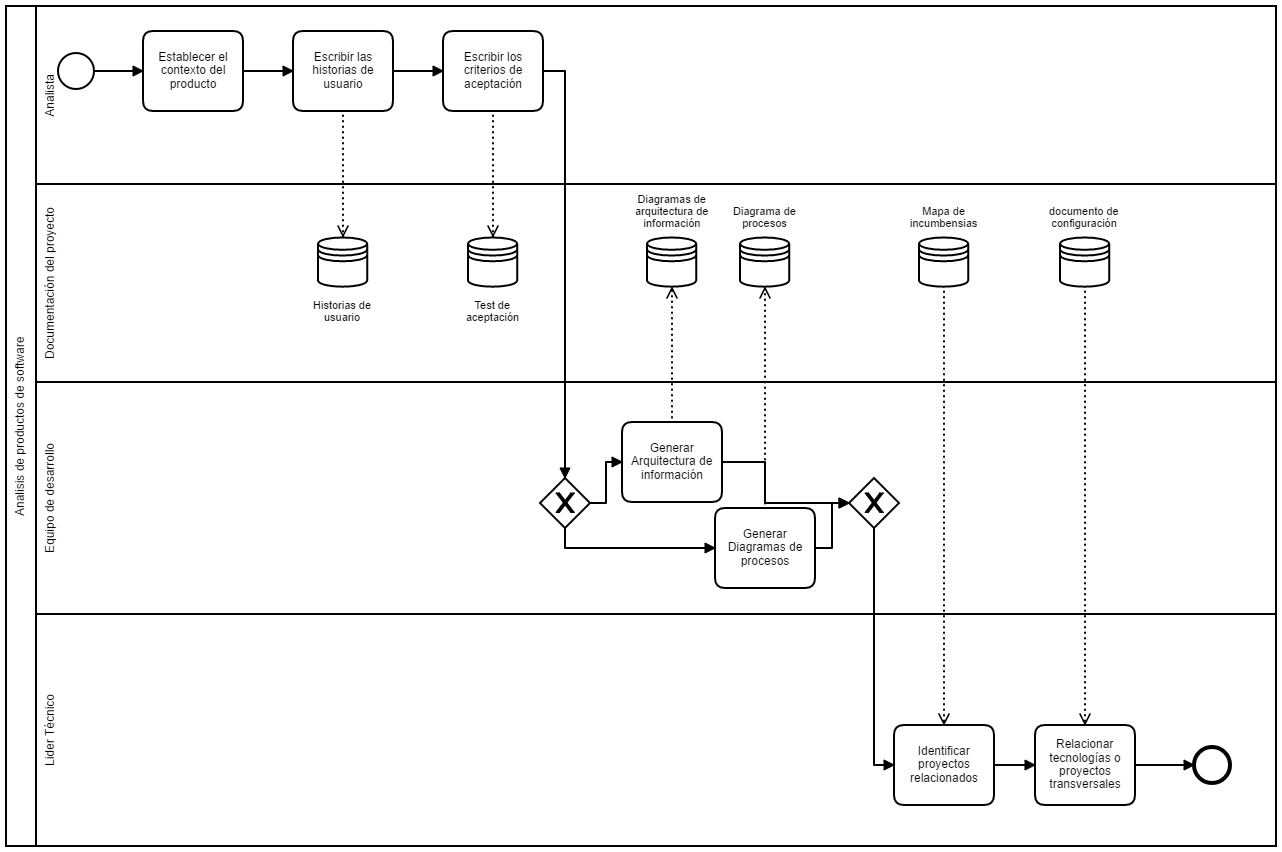
Earlier version of the BPMN export procedimientos/imagenes/analisis.png (udistrital/arquitectura_docs). Its source is kept beside it as procedimientos/imagenes/analisis.bpmn. Ids are renumbered.
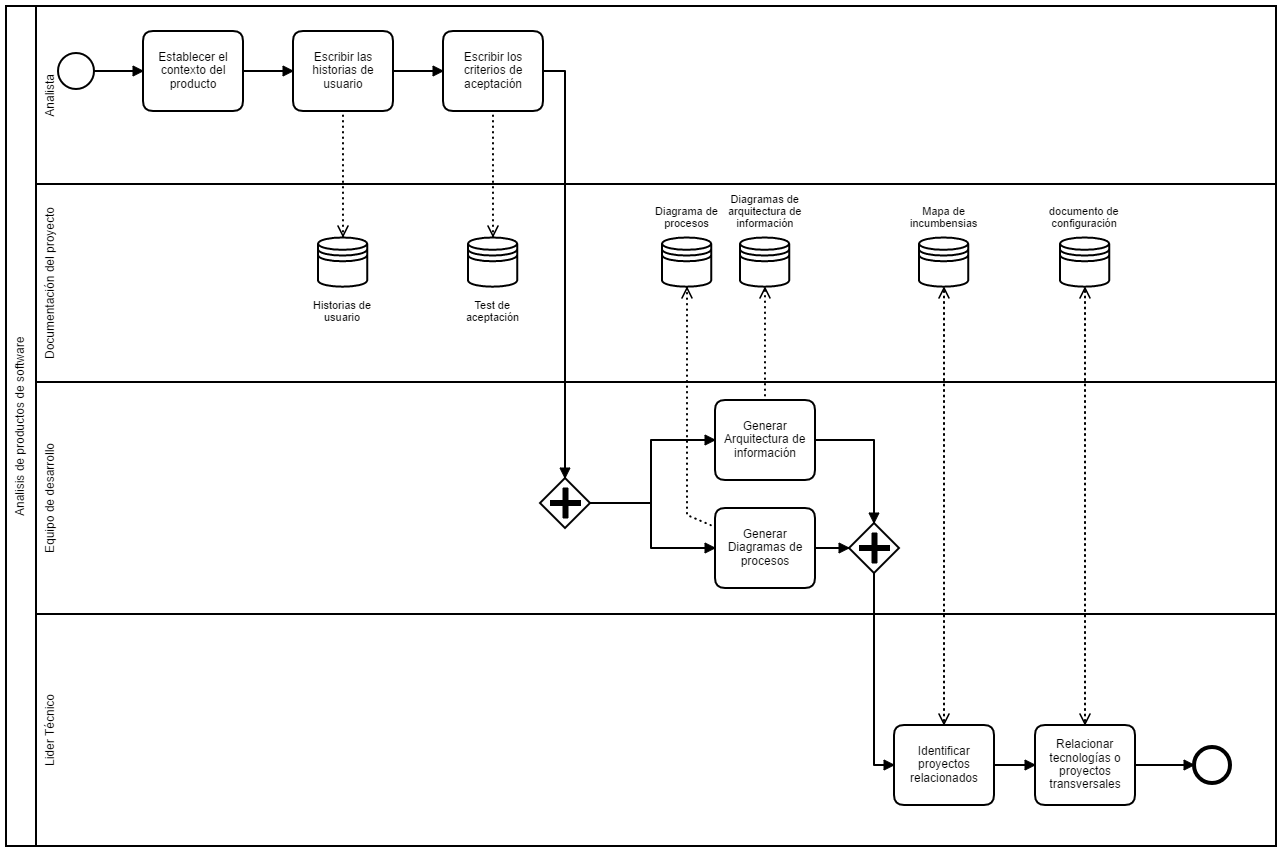
The same file after the commit.

Commit message:
adecuación del proceso de diseño y analisis

What changed in the source:
```diff
@@ -5,10 +5,10 @@
   <bpmn:process id="Process_n4" isExecutable="false">
     <bpmn:laneSet>
       <bpmn:lane id="Lane_n5" name="Equipo de desarrollo">
-        <bpmn:flowNodeRef>ExclusiveGateway_n6</bpmn:flowNodeRef>
-        <bpmn:flowNodeRef>Task_n7</bpmn:flowNodeRef>
         <bpmn:flowNodeRef>Task_n8</bpmn:flowNodeRef>
         <bpmn:flowNodeRef>ExclusiveGateway_n9</bpmn:flowNodeRef>
+        <bpmn:flowNodeRef>Task_n7</bpmn:flowNodeRef>
+        <bpmn:flowNodeRef>ExclusiveGateway_n6</bpmn:flowNodeRef>
       </bpmn:lane>
       <bpmn:lane id="Lane_n10" name="Lider Técnico">
         <bpmn:flowNodeRef>Task_n11</bpmn:flowNodeRef>
@@ -31,6 +31,9 @@
         <bpmn:sourceRef>DataStoreReference_n24</bpmn:sourceRef>
         <bpmn:targetRef>Property_n22</bpmn:targetRef>
       </bpmn:dataInputAssociation>
+      <bpmn:dataOutputAssociation id="DataOutputAssociation_n45">
+        <bpmn:targetRef>DataStoreReference_n24</bpmn:targetRef>
+      </bpmn:dataOutputAssociation>
     </bpmn:task>
     <bpmn:task id="Task_n12" name="Relacionar tecnologías o proyectos transversales">
       <bpmn:incoming>SequenceFlow_n21</bpmn:incoming>
@@ -40,22 +43,13 @@
         <bpmn:sourceRef>DataStoreReference_n28</bpmn:sourceRef>
         <bpmn:targetRef>Property_n26</bpmn:targetRef>
       </bpmn:dataInputAssociation>
+      <bpmn:dataOutputAssociation id="DataOutputAssociation_n46">
+        <bpmn:targetRef>DataStoreReference_n28</bpmn:targetRef>
+      </bpmn:dataOutputAssociation>
     </bpmn:task>
     <bpmn:endEvent id="EndEvent_n13">
       <bpmn:incoming>SequenceFlow_n25</bpmn:incoming>
     </bpmn:endEvent>
-    <bpmn:exclusiveGateway id="ExclusiveGateway_n6">
-      <bpmn:incoming>SequenceFlow_n29</bpmn:incoming>
-      <bpmn:incoming>SequenceFlow_n30</bpmn:incoming>
-      <bpmn:outgoing>SequenceFlow_n20</bpmn:outgoing>
-    </bpmn:exclusiveGateway>
-    <bpmn:task id="Task_n7" name="Generar Arquitectura de información">
-      <bpmn:incoming>SequenceFlow_n31</bpmn:incoming>
-      <bpmn:outgoing>SequenceFlow_n29</bpmn:outgoing>
-      <bpmn:dataOutputAssociation id="DataOutputAssociation_n32">
-        <bpmn:targetRef>DataStoreReference_n33</bpmn:targetRef>
-      </bpmn:dataOutputAssociation>
-    </bpmn:task>
     <bpmn:task id="Task_n8" name="Generar Diagramas de procesos">
       <bpmn:extensionElements>
         <camunda:properties>
@@ -101,17 +95,29 @@
       <bpmn:outgoing>SequenceFlow_n38</bpmn:outgoing>
     </bpmn:startEvent>
     <bpmn:sequenceFlow id="SequenceFlow_n38" sourceRef="StartEvent_n18" targetRef="Task_n15" />
-    <bpmn:exclusiveGateway id="ExclusiveGateway_n9">
+    <bpmn:dataStoreReference id="DataStoreReference_n44" name="Test de aceptación" />
+    <bpmn:dataStoreReference id="DataStoreReference_n24" name="Mapa de incumbensias" />
+    <bpmn:dataStoreReference id="DataStoreReference_n28" name="documento de configuración" />
+    <bpmn:dataStoreReference id="DataStoreReference_n42" name="Historias de usuario" />
+    <bpmn:parallelGateway id="ExclusiveGateway_n9">
       <bpmn:incoming>SequenceFlow_n37</bpmn:incoming>
       <bpmn:outgoing>SequenceFlow_n31</bpmn:outgoing>
       <bpmn:outgoing>SequenceFlow_n34</bpmn:outgoing>
-    </bpmn:exclusiveGateway>
-    <bpmn:dataStoreReference id="DataStoreReference_n44" name="Test de aceptación" />
+    </bpmn:parallelGateway>
+    <bpmn:task id="Task_n7" name="Generar Arquitectura de información">
+      <bpmn:incoming>SequenceFlow_n31</bpmn:incoming>
+      <bpmn:outgoing>SequenceFlow_n29</bpmn:outgoing>
+      <bpmn:dataOutputAssociation id="DataOutputAssociation_n32">
+        <bpmn:targetRef>DataStoreReference_n33</bpmn:targetRef>
+      </bpmn:dataOutputAssociation>
+    </bpmn:task>
+    <bpmn:dataStoreReference id="DataStoreReference_n36" name="Diagrama de procesos" />
     <bpmn:dataStoreReference id="DataStoreReference_n33" name="Diagramas de arquitectura de información" />
-    <bpmn:dataStoreReference id="DataStoreReference_n36" name="Diagrama de procesos" />
-    <bpmn:dataStoreReference id="DataStoreReference_n24" name="Mapa de incumbensias" />
-    <bpmn:dataStoreReference id="DataStoreReference_n28" name="documento de configuración" />
-    <bpmn:dataStoreReference id="DataStoreReference_n42" name="Historias de usuario" />
+    <bpmn:parallelGateway id="ExclusiveGateway_n6">
+      <bpmn:incoming>SequenceFlow_n29</bpmn:incoming>
+      <bpmn:incoming>SequenceFlow_n30</bpmn:incoming>
+      <bpmn:outgoing>SequenceFlow_n20</bpmn:outgoing>
+    </bpmn:parallelGateway>
   </bpmn:process>
   <bpmndi:BPMNDiagram id="BPMNDiagram_1">
     <bpmndi:BPMNPlane id="BPMNPlane_1" bpmnElement="Collaboration_n2">
@@ -154,12 +160,6 @@
           <dc:Bounds x="680" y="-835" width="0" height="12" />
         </bpmndi:BPMNLabel>
       </bpmndi:BPMNEdge>
-      <bpmndi:BPMNShape id="ExclusiveGateway_n9_di" bpmnElement="ExclusiveGateway_n9" isMarkerVisible="true">
-        <dc:Bounds x="802" y="-407" width="50" height="50" />
-        <bpmndi:BPMNLabel>
-          <dc:Bounds x="792" y="-388" width="0" height="12" />
-        </bpmndi:BPMNLabel>
-      </bpmndi:BPMNShape>
       <bpmndi:BPMNEdge id="SequenceFlow_n39_di" bpmnElement="SequenceFlow_n39">
         <di:waypoint x="505" y="-814" />
         <di:waypoint x="555" y="-814" />
@@ -168,7 +168,7 @@
         </bpmndi:BPMNLabel>
       </bpmndi:BPMNEdge>
       <bpmndi:BPMNShape id="Task_n7_di" bpmnElement="Task_n7">
-        <dc:Bounds x="884" y="-463" width="100" height="80" />
+        <dc:Bounds x="977" y="-485" width="100" height="80" />
       </bpmndi:BPMNShape>
       <bpmndi:BPMNShape id="Task_n8_di" bpmnElement="Task_n8">
         <dc:Bounds x="977" y="-377" width="100" height="80" />
@@ -178,7 +178,7 @@
         <di:waypoint x="827" y="-814" />
         <di:waypoint x="827" y="-407" />
         <bpmndi:BPMNLabel>
-          <dc:Bounds x="816" y="-835" width="0" height="12" />
+          <dc:Bounds x="771" y="-835" width="90" height="12" />
         </bpmndi:BPMNLabel>
       </bpmndi:BPMNEdge>
       <bpmndi:BPMNShape id="Lane_n14_di" bpmnElement="Lane_n14">
@@ -190,21 +190,15 @@
       <bpmndi:BPMNShape id="Lane_n10_di" bpmnElement="Lane_n10">
         <dc:Bounds x="298" y="-271" width="1240" height="232" />
       </bpmndi:BPMNShape>
-      <bpmndi:BPMNShape id="ExclusiveGateway_n6_di" bpmnElement="ExclusiveGateway_n6" isMarkerVisible="true">
-        <dc:Bounds x="1111" y="-407" width="50" height="50" />
-        <bpmndi:BPMNLabel>
-          <dc:Bounds x="1136" y="-429" width="0" height="12" />
-        </bpmndi:BPMNLabel>
-      </bpmndi:BPMNShape>
       <bpmndi:BPMNShape id="Task_n11_di" bpmnElement="Task_n11">
         <dc:Bounds x="1156" y="-160" width="100" height="80" />
       </bpmndi:BPMNShape>
       <bpmndi:BPMNEdge id="SequenceFlow_n20_di" bpmnElement="SequenceFlow_n20">
-        <di:waypoint x="1136" y="-357" />
+        <di:waypoint x="1136" y="-312" />
         <di:waypoint x="1136" y="-120" />
         <di:waypoint x="1156" y="-120" />
         <bpmndi:BPMNLabel>
-          <dc:Bounds x="1151" y="-244.5" width="0" height="12" />
+          <dc:Bounds x="1106" y="-222" width="90" height="12" />
         </bpmndi:BPMNLabel>
       </bpmndi:BPMNEdge>
       <bpmndi:BPMNShape id="Task_n12_di" bpmnElement="Task_n12">
@@ -232,61 +226,60 @@
       </bpmndi:BPMNEdge>
       <bpmndi:BPMNEdge id="SequenceFlow_n31_di" bpmnElement="SequenceFlow_n31">
         <di:waypoint x="852" y="-382" />
-        <di:waypoint x="868" y="-382" />
-        <di:waypoint x="868" y="-423" />
-        <di:waypoint x="884" y="-423" />
+        <di:waypoint x="913" y="-382" />
+        <di:waypoint x="913" y="-445" />
+        <di:waypoint x="977" y="-445" />
         <bpmndi:BPMNLabel>
-          <dc:Bounds x="883" y="-408.5" width="0" height="12" />
+          <dc:Bounds x="883" y="-419.5" width="90" height="12" />
         </bpmndi:BPMNLabel>
       </bpmndi:BPMNEdge>
       <bpmndi:BPMNEdge id="SequenceFlow_n34_di" bpmnElement="SequenceFlow_n34">
-        <di:waypoint x="827" y="-357" />
-        <di:waypoint x="827" y="-337" />
+        <di:waypoint x="852" y="-382" />
+        <di:waypoint x="913" y="-382" />
+        <di:waypoint x="913" y="-337" />
         <di:waypoint x="977" y="-337" />
         <bpmndi:BPMNLabel>
-          <dc:Bounds x="842" y="-353" width="0" height="12" />
+          <dc:Bounds x="883" y="-365.5" width="90" height="12" />
         </bpmndi:BPMNLabel>
       </bpmndi:BPMNEdge>
       <bpmndi:BPMNEdge id="SequenceFlow_n29_di" bpmnElement="SequenceFlow_n29">
-        <di:waypoint x="984" y="-423" />
-        <di:waypoint x="1027" y="-423" />
-        <di:waypoint x="1027" y="-382" />
-        <di:waypoint x="1111" y="-382" />
+        <di:waypoint x="1077" y="-445" />
+        <di:waypoint x="1136" y="-445" />
+        <di:waypoint x="1136" y="-362" />
         <bpmndi:BPMNLabel>
-          <dc:Bounds x="1042" y="-408.5" width="0" height="12" />
+          <dc:Bounds x="1061.5" y="-466" width="90" height="12" />
         </bpmndi:BPMNLabel>
       </bpmndi:BPMNEdge>
       <bpmndi:BPMNEdge id="SequenceFlow_n30_di" bpmnElement="SequenceFlow_n30">
         <di:waypoint x="1077" y="-337" />
-        <di:waypoint x="1094" y="-337" />
-        <di:waypoint x="1094" y="-382" />
-        <di:waypoint x="1111" y="-382" />
+        <di:waypoint x="1111" y="-337" />
         <bpmndi:BPMNLabel>
-          <dc:Bounds x="1109" y="-365.5" width="0" height="12" />
+          <dc:Bounds x="1049" y="-358" width="90" height="12" />
         </bpmndi:BPMNLabel>
       </bpmndi:BPMNEdge>
       <bpmndi:BPMNShape id="Lane_n19_di" bpmnElement="Lane_n19">
         <dc:Bounds x="298" y="-701" width="1240" height="198" />
       </bpmndi:BPMNShape>
       <bpmndi:BPMNShape id="DataStoreReference_n36_di" bpmnElement="DataStoreReference_n36">
-        <dc:Bounds x="1001.5452091767881" y="-647.9946018893387" width="50" height="50" />
+        <dc:Bounds x="924" y="-648" width="50" height="50" />
         <bpmndi:BPMNLabel>
-          <dc:Bounds x="995" y="-681.9946018893387" width="64" height="24" />
+          <dc:Bounds x="917" y="-682" width="64" height="24" />
         </bpmndi:BPMNLabel>
       </bpmndi:BPMNShape>
       <bpmndi:BPMNShape id="DataStoreReference_n33_di" bpmnElement="DataStoreReference_n33">
-        <dc:Bounds x="908.5452091767881" y="-648" width="50" height="50" />
+        <dc:Bounds x="1002" y="-648" width="50" height="50" />
         <bpmndi:BPMNLabel>
-          <dc:Bounds x="897" y="-694" width="74" height="36" />
+          <dc:Bounds x="990" y="-694" width="74" height="36" />
         </bpmndi:BPMNLabel>
       </bpmndi:BPMNShape>
       <bpmndi:BPMNEdge id="DataOutputAssociation_n32_di" bpmnElement="DataOutputAssociation_n32">
-        <di:waypoint x="934" y="-463" />
-        <di:waypoint x="934" y="-598" />
+        <di:waypoint x="1027" y="-485" />
+        <di:waypoint x="1027" y="-598" />
       </bpmndi:BPMNEdge>
       <bpmndi:BPMNEdge id="DataOutputAssociation_n35_di" bpmnElement="DataOutputAssociation_n35">
-        <di:waypoint x="1027" y="-377" />
-        <di:waypoint x="1027" y="-598" />
+        <di:waypoint x="977" y="-358" />
+        <di:waypoint x="949" y="-370" />
+        <di:waypoint x="949" y="-598" />
       </bpmndi:BPMNEdge>
       <bpmndi:BPMNShape id="StartEvent_n18_di" bpmnElement="StartEvent_n18">
         <dc:Bounds x="319.6666666666667" y="-832" width="36" height="36" />
@@ -321,6 +314,26 @@
         <di:waypoint x="1347" y="-598" />
         <di:waypoint x="1347" y="-160" />
       </bpmndi:BPMNEdge>
+      <bpmndi:BPMNShape id="ParallelGateway_06yd47i_di" bpmnElement="ExclusiveGateway_n9">
+        <dc:Bounds x="802" y="-407" width="50" height="50" />
+        <bpmndi:BPMNLabel>
+          <dc:Bounds x="747" y="-388" width="0" height="12" />
+        </bpmndi:BPMNLabel>
+      </bpmndi:BPMNShape>
+      <bpmndi:BPMNEdge id="DataOutputAssociation_n45_di" bpmnElement="DataOutputAssociation_n45">
+        <di:waypoint x="1206" y="-160" />
+        <di:waypoint x="1206" y="-598" />
+      </bpmndi:BPMNEdge>
+      <bpmndi:BPMNEdge id="DataOutputAssociation_n46_di" bpmnElement="DataOutputAssociation_n46">
+        <di:waypoint x="1347" y="-160" />
+        <di:waypoint x="1347" y="-598" />
+      </bpmndi:BPMNEdge>
+      <bpmndi:BPMNShape id="ParallelGateway_1mhi93r_di" bpmnElement="ExclusiveGateway_n6">
+        <dc:Bounds x="1111" y="-362" width="50" height="50" />
+        <bpmndi:BPMNLabel>
+          <dc:Bounds x="1171" y="-343" width="0" height="12" />
+        </bpmndi:BPMNLabel>
+      </bpmndi:BPMNShape>
     </bpmndi:BPMNPlane>
   </bpmndi:BPMNDiagram>
 </bpmn:definitions>
```
